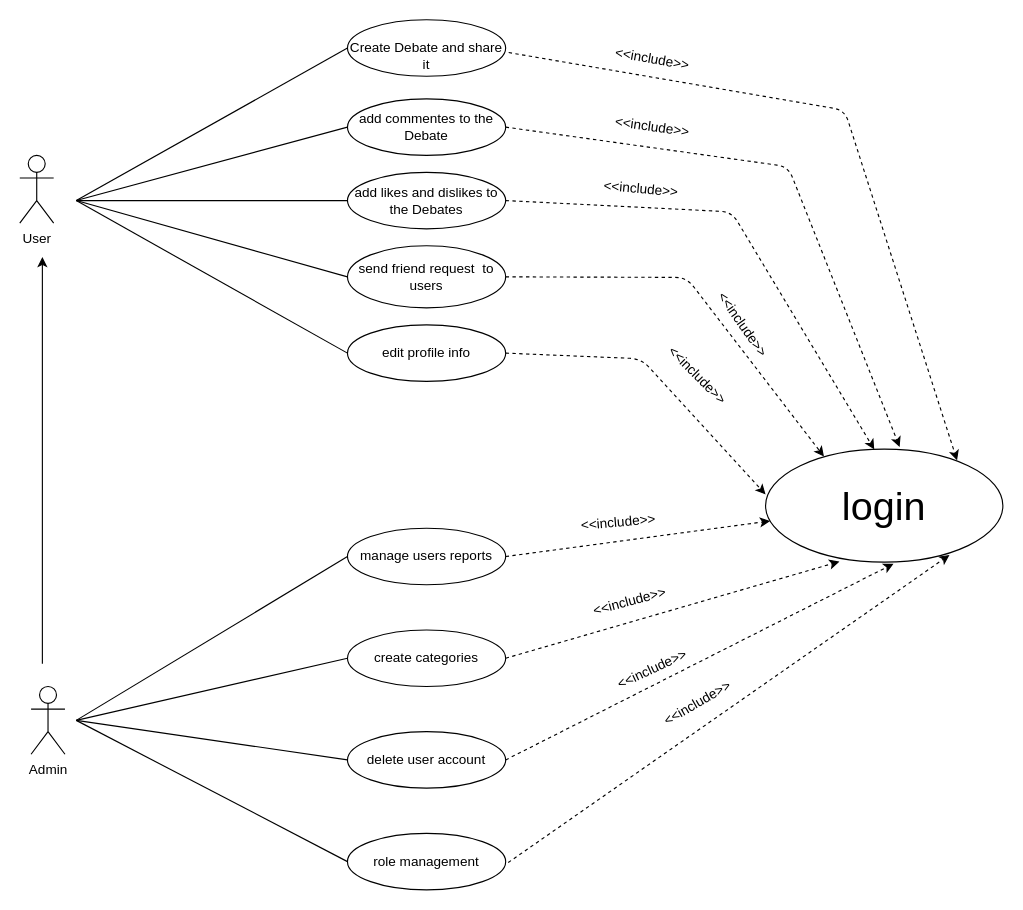
Mohamed072005/DebateVerse keeps this draw.io diagram as DebateVerse.use-case-class.drawio. Above is the earlier version. Source tidied: cells renumbered, new cells numbered last; positions are measured from the earlier drawing's top-left corner, leaving out a move shared by most shapes. Both pictures are drawn from the tidied source at 113%, with x=0, y=0 at pixel (19, 19).
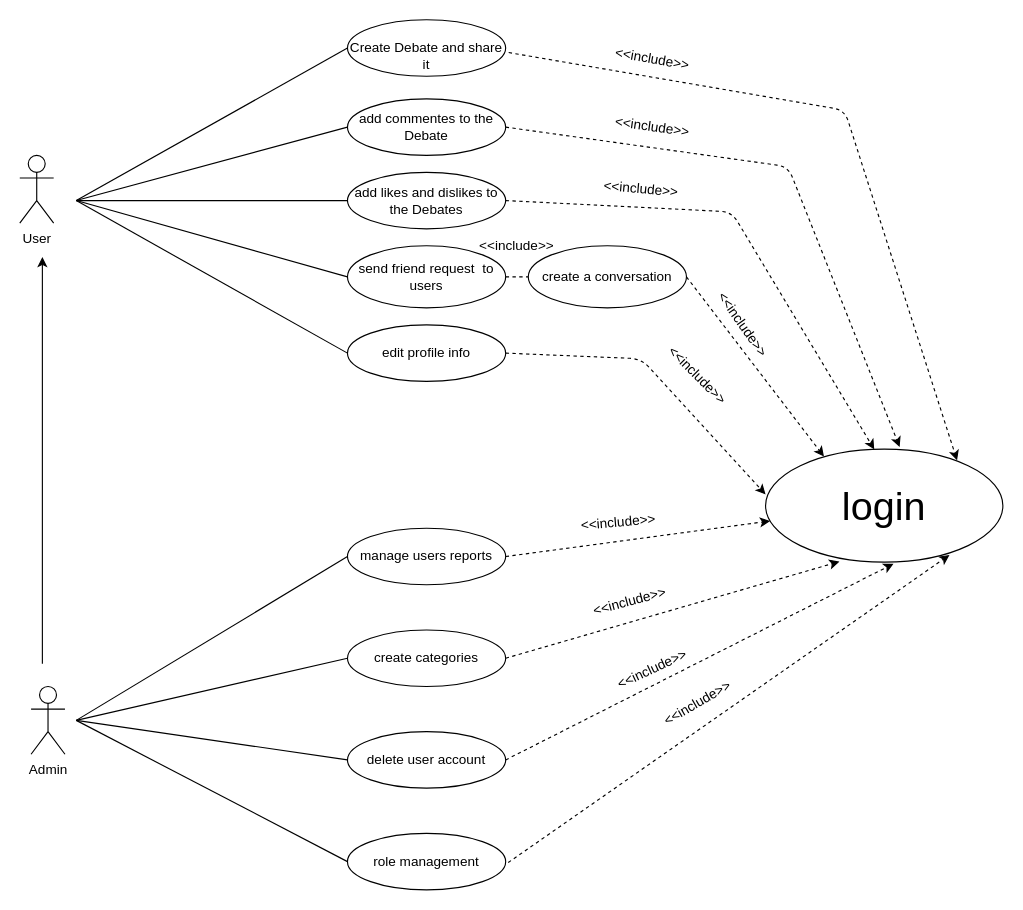
Above is the later version.

Commit message (it also covers changes not shown here):
edit the diagram class

The change refers to these unchanged cells:
```xml
<mxCell id="7" value="&lt;font style=&quot;font-size: 35px;&quot;&gt;login&lt;/font&gt;" style="ellipse;whiteSpace=wrap;html=1;" parent="1" vertex="1">
  <mxGeometry x="660" y="380" width="210" height="100" as="geometry" />
</mxCell>
<mxCell id="16" value="send friend request&amp;nbsp; to users" style="ellipse;whiteSpace=wrap;html=1;fontSize=12;" parent="1" vertex="1">
  <mxGeometry x="290" y="200" width="140" height="55" as="geometry" />
</mxCell>
```

What changed in the source:
```diff
@@
-    <mxCell id="41" style="endArrow=classic;html=1;exitX=1;exitY=0.5;exitDx=0;exitDy=0;entryX=0.246;entryY=0.065;entryDx=0;entryDy=0;entryPerimeter=0;dashed=1;" parent="1" edge="1" source="16" target="7">
+    <mxCell id="41" style="endArrow=classic;html=1;exitX=1;exitY=0.5;exitDx=0;exitDy=0;entryX=0.246;entryY=0.065;entryDx=0;entryDy=0;entryPerimeter=0;dashed=1;startArrow=none;" parent="1" edge="1" source="43" target="7">
       <mxGeometry relative="1" as="geometry">
         <Array as="points">
           <mxPoint x="590" y="228" />
         </Array>
       </mxGeometry>
     </mxCell>
+    <mxCell id="42" style="endArrow=none;html=1;exitX=1;exitY=0.5;exitDx=0;exitDy=0;entryX=0;entryY=0.5;entryDx=0;entryDy=0;dashed=1;" parent="1" edge="1" source="16" target="43">
+      <mxGeometry relative="1" as="geometry" />
+    </mxCell>
+    <mxCell id="43" value="create a conversation" style="ellipse;whiteSpace=wrap;html=1;fontSize=12;" parent="1" vertex="1">
+      <mxGeometry x="450" y="200" width="140" height="55" as="geometry" />
+    </mxCell>
+    <mxCell id="44" value="&amp;lt;&amp;lt;include&amp;gt;&amp;gt;" style="text;strokeColor=none;align=center;fillColor=none;html=1;verticalAlign=middle;whiteSpace=wrap;rounded=0;fontSize=12;rotation=0;" parent="1" vertex="1">
+      <mxGeometry x="410" y="185" width="60" height="30" as="geometry" />
+    </mxCell>
```
